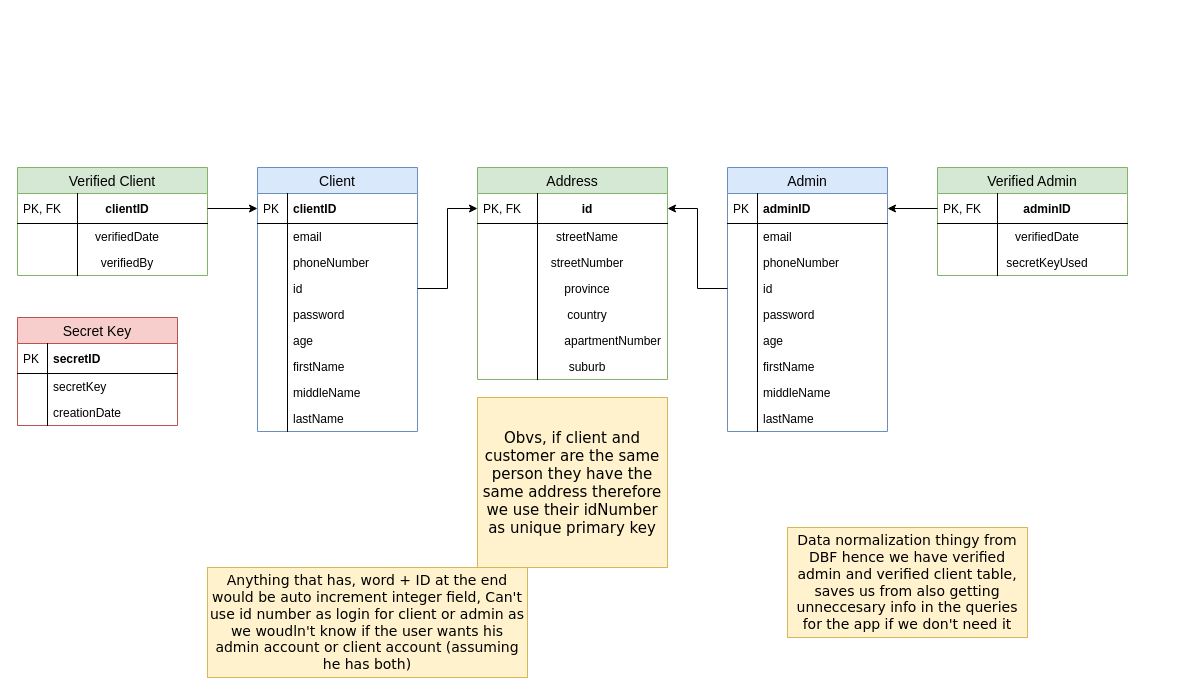
This is Planning/ERDs/onlineDB.drawio from SDP-Wits/Banking-System, a draw.io file, before an edit. Source tidied: cells renumbered, new cells numbered last; positions are measured from the earlier drawing's top-left corner, leaving out a move shared by most shapes. Both pictures are drawn from the tidied source at 100%, with x=0, y=0 at pixel (17, 167).
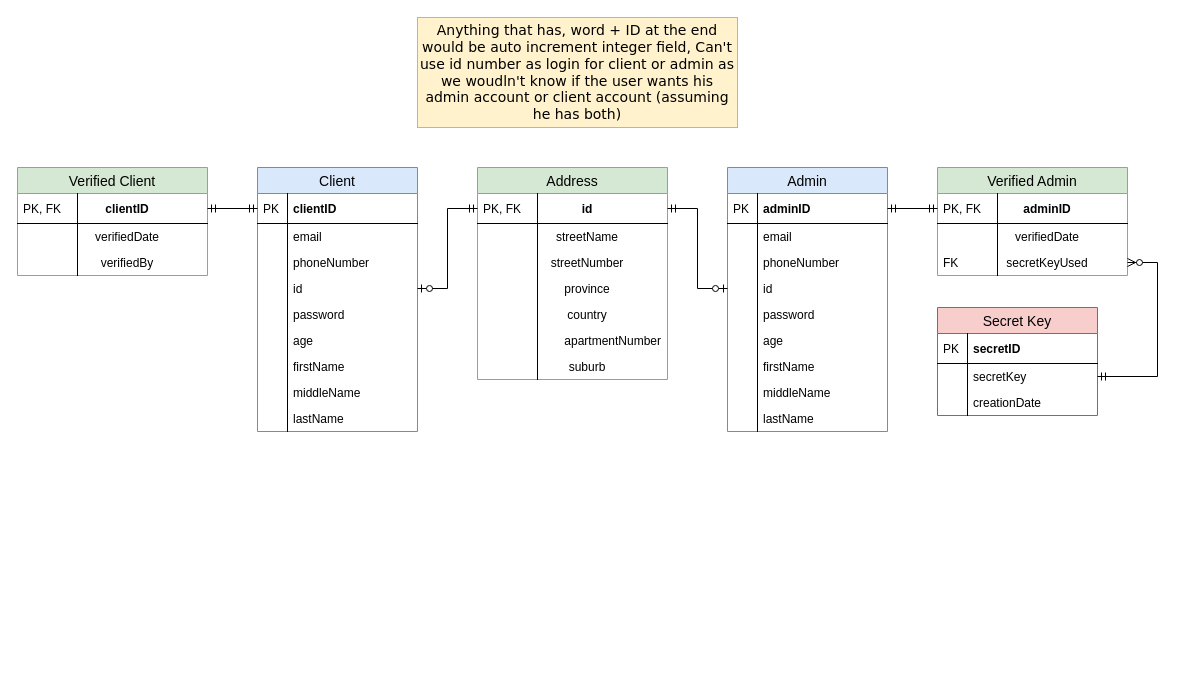
The same page after the edit.

The change refers to these unchanged cells:
```xml
<mxCell id="3" value="clientID" style="shape=partialRectangle;top=0;left=0;right=0;bottom=1;align=left;verticalAlign=middle;fillColor=none;spacingLeft=34;spacingRight=4;overflow=hidden;points=[[0,0.5],[1,0.5]];portConstraint=eastwest;fontStyle=1;fontSize=12;" parent="2" vertex="1">
  <mxGeometry y="26" width="160" height="30" as="geometry" />
</mxCell>
<mxCell id="9" value="id" style="shape=partialRectangle;top=0;left=0;right=0;bottom=0;align=left;verticalAlign=top;fillColor=none;spacingLeft=34;spacingRight=4;overflow=hidden;points=[[0,0.5],[1,0.5]];portConstraint=eastwest;fontSize=12;" parent="2" vertex="1">
  <mxGeometry y="108" width="160" height="26" as="geometry" />
</mxCell>
<mxCell id="22" value="id" style="shape=partialRectangle;top=0;left=0;right=0;bottom=1;align=center;verticalAlign=middle;fillColor=none;spacingLeft=34;spacingRight=4;overflow=hidden;points=[[0,0.5],[1,0.5]];portConstraint=eastwest;fontStyle=1;fontSize=12;" parent="21" vertex="1">
  <mxGeometry y="26" width="190" height="30" as="geometry" />
</mxCell>
<mxCell id="38" value="adminID" style="shape=partialRectangle;top=0;left=0;right=0;bottom=1;align=left;verticalAlign=middle;fillColor=none;spacingLeft=34;spacingRight=4;overflow=hidden;points=[[0,0.5],[1,0.5]];portConstraint=eastwest;fontStyle=1;fontSize=12;" parent="37" vertex="1">
  <mxGeometry y="26" width="160" height="30" as="geometry" />
</mxCell>
<mxCell id="44" value="id" style="shape=partialRectangle;top=0;left=0;right=0;bottom=0;align=left;verticalAlign=top;fillColor=none;spacingLeft=34;spacingRight=4;overflow=hidden;points=[[0,0.5],[1,0.5]];portConstraint=eastwest;fontSize=12;" parent="37" vertex="1">
  <mxGeometry y="108" width="160" height="26" as="geometry" />
</mxCell>
<mxCell id="58" value="clientID" style="shape=partialRectangle;top=0;left=0;right=0;bottom=1;align=center;verticalAlign=middle;fillColor=none;spacingLeft=34;spacingRight=4;overflow=hidden;points=[[0,0.5],[1,0.5]];portConstraint=eastwest;fontStyle=1;fontSize=12;" parent="57" vertex="1">
  <mxGeometry y="26" width="190" height="30" as="geometry" />
</mxCell>
<mxCell id="65" value="adminID" style="shape=partialRectangle;top=0;left=0;right=0;bottom=1;align=center;verticalAlign=middle;fillColor=none;spacingLeft=34;spacingRight=4;overflow=hidden;points=[[0,0.5],[1,0.5]];portConstraint=eastwest;fontStyle=1;fontSize=12;" parent="64" vertex="1">
  <mxGeometry y="26" width="190" height="30" as="geometry" />
</mxCell>
<mxCell id="69" value="secretKeyUsed" style="shape=partialRectangle;top=0;left=0;right=0;bottom=0;align=center;verticalAlign=top;fillColor=none;spacingLeft=34;spacingRight=4;overflow=hidden;points=[[0,0.5],[1,0.5]];portConstraint=eastwest;fontSize=12;" parent="64" vertex="1">
  <mxGeometry y="82" width="190" height="26" as="geometry" />
</mxCell>
<mxCell id="76" value="secretKey" style="shape=partialRectangle;top=0;left=0;right=0;bottom=0;align=left;verticalAlign=top;fillColor=none;spacingLeft=34;spacingRight=4;overflow=hidden;points=[[0,0.5],[1,0.5]];portConstraint=eastwest;fontSize=12;" parent="73" vertex="1">
  <mxGeometry y="56" width="160" height="26" as="geometry" />
</mxCell>
```

Diff of the diagram source:
```diff
@@
-    <mxCell id="36" style="edgeStyle=orthogonalEdgeStyle;rounded=0;jettySize=auto;html=1;entryX=0;entryY=0.5;entryDx=0;entryDy=0;" parent="1" edge="1" source="9" target="22">
+    <mxCell id="36" style="edgeStyle=orthogonalEdgeStyle;rounded=0;jettySize=auto;html=1;entryX=0;entryY=0.5;entryDx=0;entryDy=0;endArrow=ERmandOne;endFill=0;startArrow=ERzeroToOne;startFill=1;" parent="1" edge="1" source="9" target="22">
       <mxGeometry relative="1" as="geometry" />
     </mxCell>
@@
-    <mxCell id="56" style="edgeStyle=orthogonalEdgeStyle;rounded=0;jettySize=auto;html=1;entryX=1;entryY=0.5;entryDx=0;entryDy=0;" parent="1" edge="1" source="44" target="22">
+    <mxCell id="56" style="edgeStyle=orthogonalEdgeStyle;rounded=0;jettySize=auto;html=1;entryX=1;entryY=0.5;entryDx=0;entryDy=0;startArrow=ERzeroToOne;startFill=1;endArrow=ERmandOne;endFill=0;" parent="1" edge="1" source="44" target="22">
       <mxGeometry relative="1" as="geometry" />
     </mxCell>
@@
-    <mxCell id="70" style="shape=partialRectangle;top=0;left=0;bottom=0;fillColor=none;align=left;verticalAlign=top;spacingLeft=4;spacingRight=4;overflow=hidden;fontSize=12;" parent="69" vertex="1">
+    <mxCell id="70" value="FK" style="shape=partialRectangle;top=0;left=0;bottom=0;fillColor=none;align=left;verticalAlign=top;spacingLeft=4;spacingRight=4;overflow=hidden;fontSize=12;" parent="69" vertex="1">
       <mxGeometry width="60" height="26" as="geometry" />
     </mxCell>
-    <mxCell id="71" style="edgeStyle=orthogonalEdgeStyle;rounded=0;jettySize=auto;html=1;entryX=1;entryY=0.5;entryDx=0;entryDy=0;" parent="1" edge="1" source="65" target="38">
+    <mxCell id="71" style="edgeStyle=orthogonalEdgeStyle;rounded=0;jettySize=auto;html=1;entryX=1;entryY=0.5;entryDx=0;entryDy=0;startArrow=ERmandOne;startFill=0;endArrow=ERmandOne;endFill=0;" parent="1" edge="1" source="65" target="38">
       <mxGeometry relative="1" as="geometry" />
     </mxCell>
-    <mxCell id="72" style="edgeStyle=orthogonalEdgeStyle;rounded=0;jettySize=auto;html=1;exitX=1;exitY=0.5;exitDx=0;exitDy=0;entryX=0;entryY=0.5;entryDx=0;entryDy=0;" parent="1" edge="1" source="58" target="3">
+    <mxCell id="72" style="rounded=0;jettySize=auto;html=1;exitX=1;exitY=0.5;exitDx=0;exitDy=0;entryX=0;entryY=0.5;entryDx=0;entryDy=0;startArrow=ERmandOne;startFill=0;endArrow=ERmandOne;endFill=0;" parent="1" edge="1" source="58" target="3">
       <mxGeometry relative="1" as="geometry" />
     </mxCell>
     <mxCell id="73" value="Secret Key" style="swimlane;fontStyle=0;horizontal=1;startSize=26;swimlaneFillColor=#ffffff;align=center;fontSize=14;fillColor=#f8cecc;strokeColor=#b85450;" parent="1" vertex="1">
-      <mxGeometry y="150" width="160" height="108" as="geometry" />
+      <mxGeometry x="920" y="140" width="160" height="108" as="geometry" />
     </mxCell>
@@
-    <mxCell id="80" value="&lt;span style=&quot;font-family: &amp;#34;verdana&amp;#34; ; font-size: 15px&quot;&gt;Obvs, if client and customer are the same person they have the same address therefore we use their idNumber as unique primary key&lt;/span&gt;" style="text;html=1;strokeColor=#d6b656;fillColor=#fff2cc;align=center;verticalAlign=middle;whiteSpace=wrap;rounded=0;" parent="1" vertex="1">
-      <mxGeometry x="460" y="230" width="190" height="170" as="geometry" />
-    </mxCell>
     <mxCell id="81" value="&lt;font face=&quot;Verdana&quot; style=&quot;font-size: 14px&quot;&gt;Anything that has, word + ID at the end would be auto increment integer field, Can't use id number as login for client or admin as we woudln't know if the user wants his admin account or client account (assuming he has both)&lt;/font&gt;" style="text;html=1;strokeColor=#d6b656;fillColor=#fff2cc;align=center;verticalAlign=middle;whiteSpace=wrap;rounded=0;" parent="1" vertex="1">
-      <mxGeometry x="190" y="400" width="320" height="110" as="geometry" />
+      <mxGeometry x="400" y="-150" width="320" height="110" as="geometry" />
     </mxCell>
-    <mxCell id="82" value="&lt;font face=&quot;Verdana&quot; style=&quot;font-size: 14px&quot;&gt;Data normalization thingy from DBF hence we have verified admin and verified client table, saves us from also getting unneccesary info in the queries for the app if we don't need it&lt;/font&gt;" style="text;html=1;strokeColor=#d6b656;fillColor=#fff2cc;align=center;verticalAlign=middle;whiteSpace=wrap;rounded=0;" parent="1" vertex="1">
-      <mxGeometry x="770" y="360" width="240" height="110" as="geometry" />
-    </mxCell>
+    <mxCell id="83" style="edgeStyle=none;rounded=0;jettySize=auto;html=1;exitX=1;exitY=0.5;exitDx=0;exitDy=0;entryX=1;entryY=0.5;entryDx=0;entryDy=0;startArrow=ERzeroToMany;startFill=1;endArrow=ERmandOne;endFill=0;" parent="1" edge="1" source="69" target="76">
+      <mxGeometry relative="1" as="geometry">
+        <Array as="points">
+          <mxPoint x="1140" y="95" />
+          <mxPoint x="1140" y="209" />
+        </Array>
+      </mxGeometry>
+    </mxCell>
```
